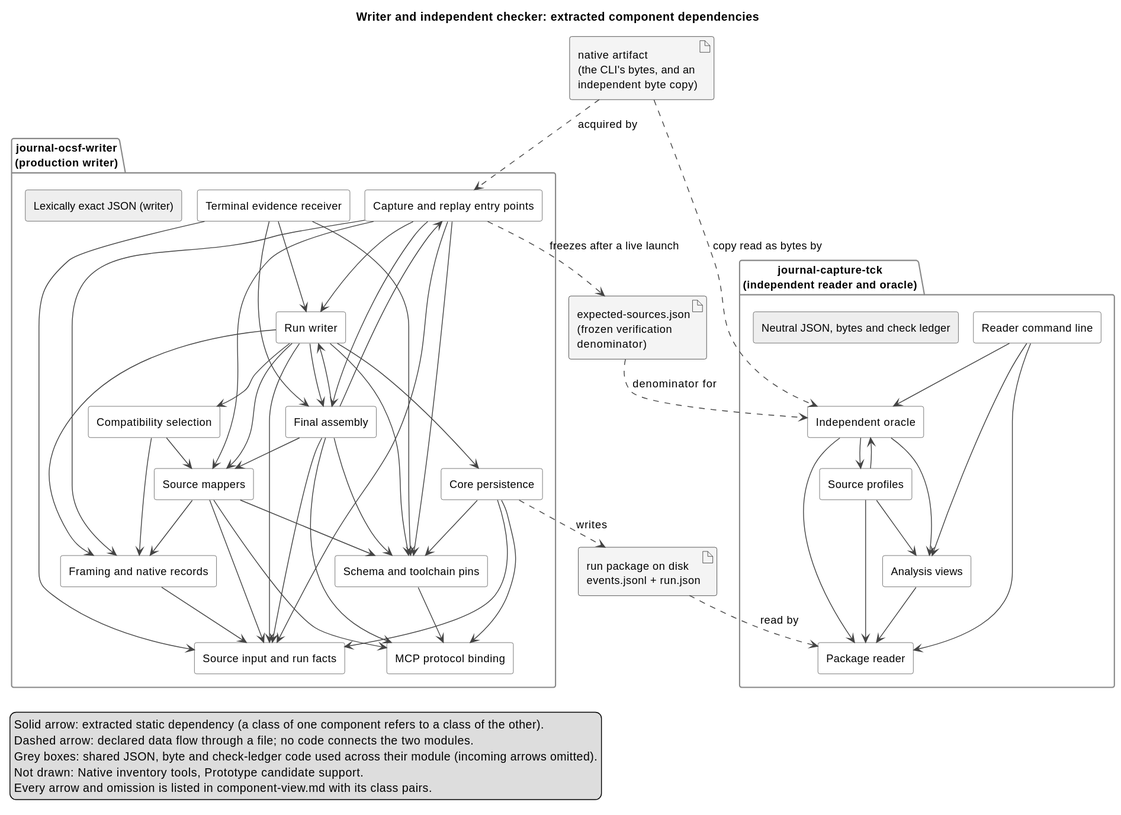
Earlier version of the PlantUML export docs/architecture/generated/component-view.svg (markpollack/agent-journal).
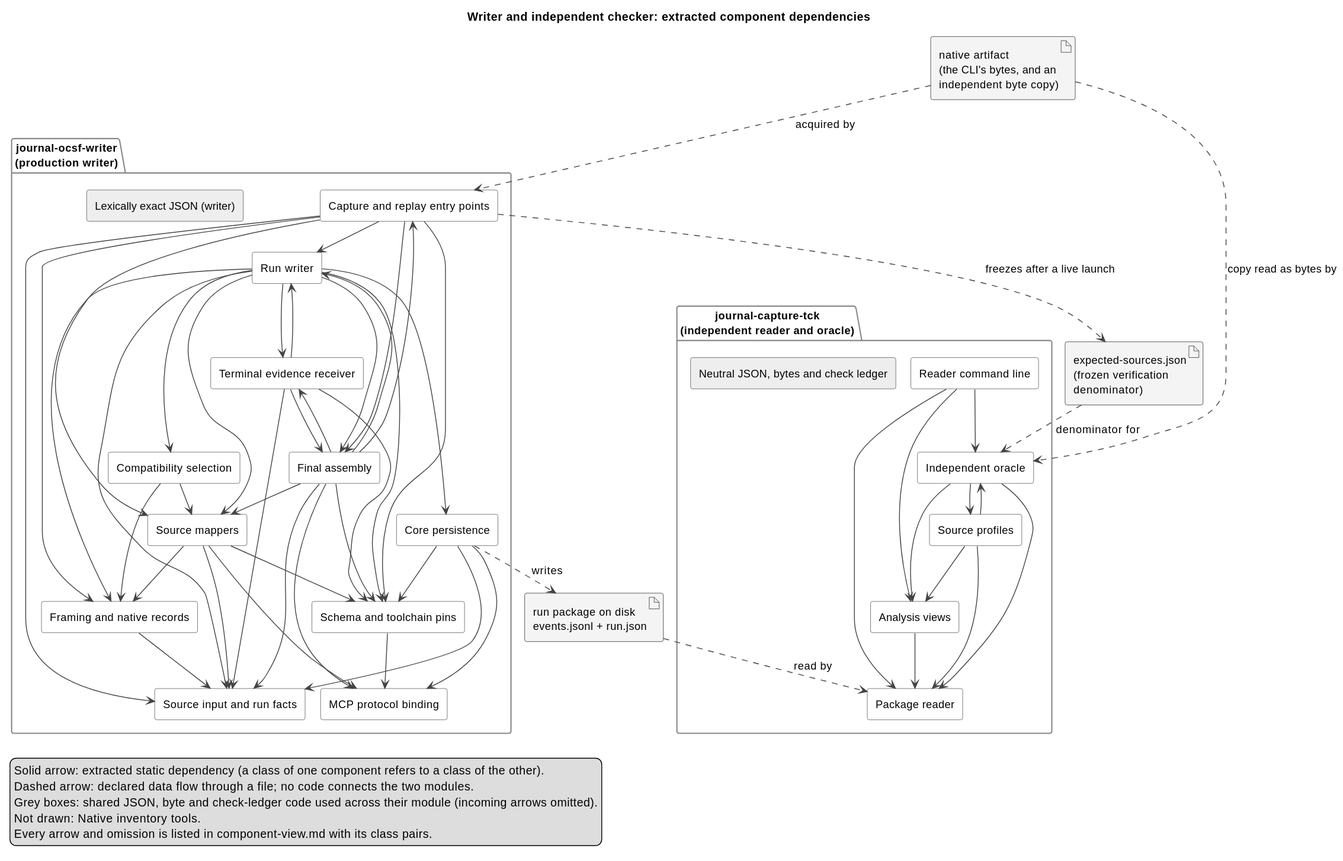
Later version of the same file.

Change to the diagram source:
```diff
@@ -47,6 +47,7 @@
 terminal_receiver --> run_input
 terminal_receiver --> final_assembly
 terminal_receiver --> schema
+run_writer --> terminal_receiver
 run_writer --> run_input
 run_writer --> framing
 run_writer --> compatibility
@@ -62,6 +63,7 @@
 mapping --> mcp_binding
 mapping --> schema
 final_assembly --> capture
+final_assembly --> terminal_receiver
 final_assembly --> run_writer
 final_assembly --> run_input
 final_assembly --> mapping
@@ -93,7 +95,7 @@
   Solid arrow: extracted static dependency (a class of one component refers to a class of the other).
   Dashed arrow: declared data flow through a file; no code connects the two modules.
   Grey boxes: shared JSON, byte and check-ledger code used across their module (incoming arrows omitted).
-  Not drawn: Native inventory tools, Prototype candidate support.
+  Not drawn: Native inventory tools.
   Every arrow and omission is listed in component-view.md with its class pairs.
 endlegend
 @enduml
```
